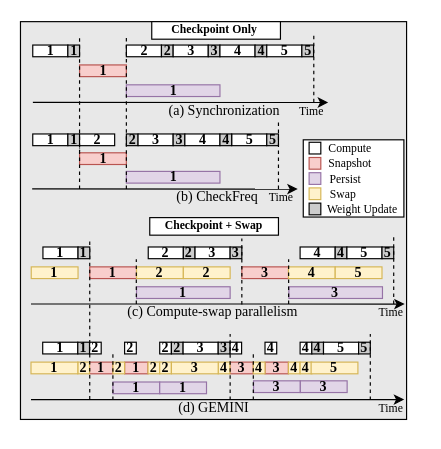
The draw.io diagram fig/pipeline_mot.drawio in icszhr/NCheck, before the edit. Source tidied: cells renumbered, new cells numbered last; positions are measured from the earlier drawing's top-left corner, leaving out a move shared by most shapes. Both pictures are drawn from the tidied source at 117%, with x=0, y=0 at pixel (20, 21).
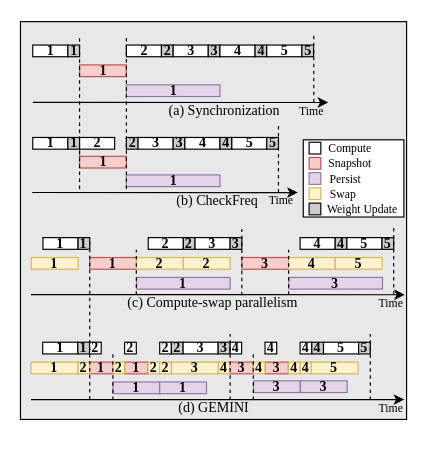
After the change.

Diff of the diagram source:
```diff
@@
-    <mxCell id="3" style="rounded=0;whiteSpace=wrap;html=1;" parent="1" vertex="1">
-      <mxGeometry x="112.2" width="110" height="15" as="geometry" />
-    </mxCell>
-    <mxCell id="4" style="rounded=0;whiteSpace=wrap;html=1;" parent="1" vertex="1">
-      <mxGeometry x="110.5" y="167.5" width="110" height="15" as="geometry" />
-    </mxCell>
@@
     <mxCell id="23" value="(b) CheckFreq" style="text;html=1;align=center;verticalAlign=middle;whiteSpace=wrap;rounded=0;fontFamily=Times New Roman;fontSize=12;fontStyle=0;labelPosition=center;verticalLabelPosition=middle;spacing=0;" parent="1" vertex="1">
-      <mxGeometry x="132.8" y="135.1" width="70.5" height="30" as="geometry" />
+      <mxGeometry x="132.8" y="138.1" width="70.5" height="30" as="geometry" />
     </mxCell>
     <mxCell id="24" value="1" style="whiteSpace=wrap;fontSize=12;fontFamily=Times New Roman;fontStyle=1;labelPosition=center;verticalLabelPosition=middle;align=center;verticalAlign=middle;spacing=0;" parent="1" vertex="1">
-      <mxGeometry x="10.5" y="96" width="30" height="10" as="geometry" />
+      <mxGeometry x="10.5" y="99" width="30" height="10" as="geometry" />
     </mxCell>
     <mxCell id="25" value="1" style="whiteSpace=wrap;fillColor=#e1d5e7;fontSize=12;fontFamily=Times New Roman;fontStyle=1;labelPosition=center;verticalLabelPosition=middle;align=center;verticalAlign=middle;spacing=0;strokeColor=#9673a6;" parent="1" vertex="1">
-      <mxGeometry x="90.5" y="128" width="80" height="10" as="geometry" />
+      <mxGeometry x="90.5" y="131" width="80" height="10" as="geometry" />
     </mxCell>
     <mxCell id="26" value="1" style="whiteSpace=wrap;fillColor=#f8cecc;fontSize=12;fontFamily=Times New Roman;fontStyle=1;labelPosition=center;verticalLabelPosition=middle;align=center;verticalAlign=middle;spacing=0;strokeColor=#b85450;" parent="1" vertex="1">
-      <mxGeometry x="50.5" y="112.1" width="40" height="10" as="geometry" />
+      <mxGeometry x="50.5" y="115.1" width="40" height="10" as="geometry" />
     </mxCell>
@@
     <mxCell id="28" value="1" style="whiteSpace=wrap;fontSize=12;fontFamily=Times New Roman;fontStyle=1;labelPosition=center;verticalLabelPosition=middle;align=center;verticalAlign=middle;spacing=0;fillColor=#CCCCCC;" parent="1" vertex="1">
-      <mxGeometry x="40.5" y="96" width="10" height="10" as="geometry" />
+      <mxGeometry x="40.5" y="99" width="10" height="10" as="geometry" />
     </mxCell>
     <mxCell id="29" value="2" style="whiteSpace=wrap;fontSize=12;fontFamily=Times New Roman;fontStyle=1;labelPosition=center;verticalLabelPosition=middle;align=center;verticalAlign=middle;spacing=0;" parent="1" vertex="1">
-      <mxGeometry x="50.5" y="96" width="30" height="10" as="geometry" />
+      <mxGeometry x="50.5" y="99" width="30" height="10" as="geometry" />
     </mxCell>
     <mxCell id="30" value="2" style="whiteSpace=wrap;fontSize=12;fontFamily=Times New Roman;fontStyle=1;labelPosition=center;verticalLabelPosition=middle;align=center;verticalAlign=middle;spacing=0;fillColor=#CCCCCC;" parent="1" vertex="1">
-      <mxGeometry x="90.5" y="96" width="10" height="10" as="geometry" />
+      <mxGeometry x="90.5" y="99" width="10" height="10" as="geometry" />
     </mxCell>
     <mxCell id="31" value="3" style="whiteSpace=wrap;fontSize=12;fontFamily=Times New Roman;fontStyle=1;labelPosition=center;verticalLabelPosition=middle;align=center;verticalAlign=middle;spacing=0;" parent="1" vertex="1">
-      <mxGeometry x="100.5" y="96" width="30" height="10" as="geometry" />
+      <mxGeometry x="100.5" y="99" width="30" height="10" as="geometry" />
     </mxCell>
     <mxCell id="32" value="3" style="whiteSpace=wrap;fontSize=12;fontFamily=Times New Roman;fontStyle=1;labelPosition=center;verticalLabelPosition=middle;align=center;verticalAlign=middle;spacing=0;fillColor=#CCCCCC;" parent="1" vertex="1">
-      <mxGeometry x="130.5" y="96" width="10" height="10" as="geometry" />
+      <mxGeometry x="130.5" y="99" width="10" height="10" as="geometry" />
     </mxCell>
-    <mxCell id="33" value="&lt;font size=&quot;1&quot; style=&quot;&quot;&gt;&lt;b style=&quot;&quot;&gt;Checkpoint Only&lt;/b&gt;&lt;/font&gt;" style="text;html=1;align=center;verticalAlign=middle;whiteSpace=wrap;rounded=0;fontFamily=Times New Roman;" parent="1" vertex="1">
-      <mxGeometry x="100.5" y="1" width="130" height="10" as="geometry" />
-    </mxCell>
@@
     <mxCell id="36" value="4" style="whiteSpace=wrap;fontSize=12;fontFamily=Times New Roman;fontStyle=1;labelPosition=center;verticalLabelPosition=middle;align=center;verticalAlign=middle;spacing=0;" parent="1" vertex="1">
-      <mxGeometry x="140.5" y="96" width="30" height="10" as="geometry" />
+      <mxGeometry x="140.5" y="99" width="30" height="10" as="geometry" />
     </mxCell>
@@
     <mxCell id="39" value="5" style="whiteSpace=wrap;fontFamily=Times New Roman;fontSize=12;fontStyle=1;labelPosition=center;verticalLabelPosition=middle;align=center;verticalAlign=middle;spacing=0;" parent="1" vertex="1">
-      <mxGeometry x="180.5" y="96" width="30" height="10" as="geometry" />
+      <mxGeometry x="180.5" y="99" width="30" height="10" as="geometry" />
     </mxCell>
     <mxCell id="40" value="5" style="whiteSpace=wrap;fontFamily=Times New Roman;fontSize=12;fontStyle=1;labelPosition=center;verticalLabelPosition=middle;align=center;verticalAlign=middle;spacing=0;fillColor=#CCCCCC;" parent="1" vertex="1">
-      <mxGeometry x="210.5" y="96" width="10" height="10" as="geometry" />
+      <mxGeometry x="210.5" y="99" width="10" height="10" as="geometry" />
     </mxCell>
     <mxCell id="41" value="4" style="whiteSpace=wrap;fontSize=12;fontFamily=Times New Roman;fontStyle=1;labelPosition=center;verticalLabelPosition=middle;align=center;verticalAlign=middle;spacing=0;fillColor=#CCCCCC;" parent="1" vertex="1">
-      <mxGeometry x="170.5" y="96" width="10" height="10" as="geometry" />
+      <mxGeometry x="170.5" y="99" width="10" height="10" as="geometry" />
     </mxCell>
@@
     <mxCell id="44" value="(c) Compute-swap parallelism" style="text;html=1;align=center;verticalAlign=middle;whiteSpace=wrap;rounded=0;fontFamily=Times New Roman;spacing=0;" parent="1" vertex="1">
-      <mxGeometry x="86.7" y="237.6" width="155" height="21.5" as="geometry" />
+      <mxGeometry x="86.7" y="229.6" width="155" height="21.5" as="geometry" />
     </mxCell>
@@
     <mxCell id="48" value="1" style="whiteSpace=wrap;fillColor=#f8cecc;fontSize=12;fontFamily=Times New Roman;fontStyle=1;labelBackgroundColor=none;spacing=0;spacingTop=0;spacingBottom=0;strokeColor=#b85450;" parent="1" vertex="1">
-      <mxGeometry x="59.2" y="209.6" width="40" height="10" as="geometry" />
+      <mxGeometry x="59.2" y="201.6" width="40" height="10" as="geometry" />
     </mxCell>
@@
     <mxCell id="50" value="1" style="whiteSpace=wrap;fillColor=#e1d5e7;fontSize=12;fontFamily=Times New Roman;fontStyle=1;labelBackgroundColor=none;spacing=0;spacingTop=0;spacingBottom=0;strokeColor=#9673a6;" parent="1" vertex="1">
-      <mxGeometry x="99.2" y="226.6" width="80" height="10" as="geometry" />
+      <mxGeometry x="99.2" y="218.6" width="80" height="10" as="geometry" />
     </mxCell>
@@
-    <mxCell id="58" value="&lt;font size=&quot;1&quot; style=&quot;&quot;&gt;&lt;b style=&quot;&quot;&gt;Checkpoint + Swap&lt;/b&gt;&lt;/font&gt;" style="text;html=1;align=center;verticalAlign=middle;whiteSpace=wrap;rounded=0;fontFamily=Times New Roman;" parent="1" vertex="1">
-      <mxGeometry x="114.1" y="169" width="102.8" height="10" as="geometry" />
-    </mxCell>
@@
     <mxCell id="73" value="3" style="whiteSpace=wrap;fillColor=#e1d5e7;fontSize=12;fontFamily=Times New Roman;fontStyle=1;labelBackgroundColor=none;spacing=0;spacingTop=0;spacingBottom=0;strokeColor=#9673a6;" parent="1" vertex="1">
-      <mxGeometry x="229.4" y="226.6" width="80" height="10" as="geometry" />
+      <mxGeometry x="229.4" y="218.6" width="80" height="10" as="geometry" />
     </mxCell>
     <mxCell id="74" value="3" style="whiteSpace=wrap;fillColor=#f8cecc;fontSize=12;fontFamily=Times New Roman;fontStyle=1;labelBackgroundColor=none;spacing=0;spacingTop=0;spacingBottom=0;strokeColor=#b85450;" parent="1" vertex="1">
-      <mxGeometry x="189.2" y="209.6" width="40" height="10" as="geometry" />
+      <mxGeometry x="189.2" y="201.6" width="40" height="10" as="geometry" />
     </mxCell>
@@
     <mxCell id="87" value="1" style="whiteSpace=wrap;fontSize=12;fontFamily=Times New Roman;fontStyle=1;labelPosition=center;verticalLabelPosition=middle;align=center;verticalAlign=middle;spacing=0;" parent="1" vertex="1">
-      <mxGeometry x="19.2" y="192.6" width="30" height="10" as="geometry" />
+      <mxGeometry x="19.2" y="184.6" width="30" height="10" as="geometry" />
     </mxCell>
     <mxCell id="88" value="1" style="whiteSpace=wrap;fontSize=12;fontFamily=Times New Roman;fontStyle=1;labelPosition=center;verticalLabelPosition=middle;align=center;verticalAlign=middle;spacing=0;fillColor=#CCCCCC;" parent="1" vertex="1">
-      <mxGeometry x="49.2" y="192.6" width="10" height="10" as="geometry" />
+      <mxGeometry x="49.2" y="184.6" width="10" height="10" as="geometry" />
     </mxCell>
     <mxCell id="89" value="1" style="whiteSpace=wrap;fillColor=#fff2cc;fontSize=12;fontFamily=Times New Roman;fontStyle=1;spacing=0;strokeColor=#d6b656;" parent="1" vertex="1">
-      <mxGeometry x="9.2" y="209.6" width="40" height="10" as="geometry" />
+      <mxGeometry x="9.2" y="201.6" width="40" height="10" as="geometry" />
     </mxCell>
     <mxCell id="90" value="4" style="whiteSpace=wrap;fontSize=12;fontFamily=Times New Roman;fontStyle=1;labelPosition=center;verticalLabelPosition=middle;align=center;verticalAlign=middle;spacing=0;" parent="1" vertex="1">
-      <mxGeometry x="239" y="192.6" width="30" height="10" as="geometry" />
+      <mxGeometry x="239" y="184.6" width="30" height="10" as="geometry" />
     </mxCell>
     <mxCell id="91" value="4" style="whiteSpace=wrap;fontSize=12;fontFamily=Times New Roman;fontStyle=1;labelPosition=center;verticalLabelPosition=middle;align=center;verticalAlign=middle;spacing=0;fillColor=#CCCCCC;" parent="1" vertex="1">
-      <mxGeometry x="269" y="192.6" width="10" height="10" as="geometry" />
+      <mxGeometry x="269" y="184.6" width="10" height="10" as="geometry" />
     </mxCell>
     <mxCell id="92" value="4" style="whiteSpace=wrap;fillColor=#fff2cc;fontSize=12;fontFamily=Times New Roman;fontStyle=1;spacing=0;strokeColor=#d6b656;" parent="1" vertex="1">
-      <mxGeometry x="229" y="209.6" width="40" height="10" as="geometry" />
+      <mxGeometry x="229" y="201.6" width="40" height="10" as="geometry" />
     </mxCell>
     <mxCell id="93" value="5" style="whiteSpace=wrap;fontSize=12;fontFamily=Times New Roman;fontStyle=1;labelPosition=center;verticalLabelPosition=middle;align=center;verticalAlign=middle;spacing=0;" parent="1" vertex="1">
-      <mxGeometry x="279" y="192.6" width="30" height="10" as="geometry" />
+      <mxGeometry x="279" y="184.6" width="30" height="10" as="geometry" />
     </mxCell>
     <mxCell id="94" value="5" style="whiteSpace=wrap;fontSize=12;fontFamily=Times New Roman;fontStyle=1;labelPosition=center;verticalLabelPosition=middle;align=center;verticalAlign=middle;spacing=0;fillColor=#CCCCCC;" parent="1" vertex="1">
-      <mxGeometry x="309" y="192.6" width="10" height="10" as="geometry" />
+      <mxGeometry x="309" y="184.6" width="10" height="10" as="geometry" />
     </mxCell>
     <mxCell id="95" value="5" style="whiteSpace=wrap;fillColor=#fff2cc;fontSize=12;fontFamily=Times New Roman;fontStyle=1;spacing=0;strokeColor=#d6b656;" parent="1" vertex="1">
-      <mxGeometry x="269" y="209.6" width="40" height="10" as="geometry" />
+      <mxGeometry x="269" y="201.6" width="40" height="10" as="geometry" />
     </mxCell>
     <mxCell id="96" value="2" style="whiteSpace=wrap;fontSize=12;fontFamily=Times New Roman;fontStyle=1;labelPosition=center;verticalLabelPosition=middle;align=center;verticalAlign=middle;spacing=0;" parent="1" vertex="1">
-      <mxGeometry x="109.2" y="192.6" width="30" height="10" as="geometry" />
+      <mxGeometry x="109.2" y="184.6" width="30" height="10" as="geometry" />
     </mxCell>
     <mxCell id="97" value="2" style="whiteSpace=wrap;fontSize=12;fontFamily=Times New Roman;fontStyle=1;labelPosition=center;verticalLabelPosition=middle;align=center;verticalAlign=middle;spacing=0;fillColor=#CCCCCC;" parent="1" vertex="1">
-      <mxGeometry x="139.2" y="192.6" width="10" height="10" as="geometry" />
+      <mxGeometry x="139.2" y="184.6" width="10" height="10" as="geometry" />
     </mxCell>
     <mxCell id="98" value="2" style="whiteSpace=wrap;fillColor=#fff2cc;fontSize=12;fontFamily=Times New Roman;fontStyle=1;spacing=0;strokeColor=#d6b656;" parent="1" vertex="1">
-      <mxGeometry x="99.2" y="209.6" width="40" height="10" as="geometry" />
+      <mxGeometry x="99.2" y="201.6" width="40" height="10" as="geometry" />
     </mxCell>
     <mxCell id="99" value="3" style="whiteSpace=wrap;fontSize=12;fontFamily=Times New Roman;fontStyle=1;labelPosition=center;verticalLabelPosition=middle;align=center;verticalAlign=middle;spacing=0;" parent="1" vertex="1">
-      <mxGeometry x="149.2" y="192.6" width="30" height="10" as="geometry" />
+      <mxGeometry x="149.2" y="184.6" width="30" height="10" as="geometry" />
     </mxCell>
     <mxCell id="100" value="3" style="whiteSpace=wrap;fontSize=12;fontFamily=Times New Roman;fontStyle=1;labelPosition=center;verticalLabelPosition=middle;align=center;verticalAlign=middle;spacing=0;fillColor=#CCCCCC;" parent="1" vertex="1">
-      <mxGeometry x="179.2" y="192.6" width="10" height="10" as="geometry" />
+      <mxGeometry x="179.2" y="184.6" width="10" height="10" as="geometry" />
     </mxCell>
     <mxCell id="101" value="2" style="whiteSpace=wrap;fillColor=#fff2cc;fontSize=12;fontFamily=Times New Roman;fontStyle=1;spacing=0;strokeColor=#d6b656;" parent="1" vertex="1">
-      <mxGeometry x="139.2" y="209.6" width="40" height="10" as="geometry" />
+      <mxGeometry x="139.2" y="201.6" width="40" height="10" as="geometry" />
     </mxCell>
@@
     <mxCell id="104" style="endArrow=classic;html=1;rounded=0;" parent="1" edge="1">
       <mxGeometry relative="1" as="geometry">
-        <mxPoint x="9" y="241.3" as="sourcePoint" />
-        <mxPoint x="328.4" y="241.4" as="targetPoint" />
+        <mxPoint x="9" y="233.3" as="sourcePoint" />
+        <mxPoint x="328.4" y="233.4" as="targetPoint" />
       </mxGeometry>
     </mxCell>
     <mxCell id="105" value="&lt;p style=&quot;line-height: 100%;&quot;&gt;&lt;font style=&quot;font-size: 10px;&quot;&gt;Time&lt;/font&gt;&lt;/p&gt;" style="text;html=1;align=center;verticalAlign=middle;whiteSpace=wrap;rounded=0;fontFamily=Times New Roman;" parent="1" vertex="1">
-      <mxGeometry x="292.2" y="243.3" width="50" height="10" as="geometry" />
+      <mxGeometry x="292.2" y="235.3" width="50" height="10" as="geometry" />
     </mxCell>
     <mxCell id="106" style="endArrow=classic;html=1;rounded=0;" parent="1" edge="1">
       <mxGeometry relative="1" as="geometry">
-        <mxPoint x="10" y="143" as="sourcePoint" />
-        <mxPoint x="237" y="143.1" as="targetPoint" />
+        <mxPoint x="10" y="146" as="sourcePoint" />
+        <mxPoint x="237" y="146.1" as="targetPoint" />
       </mxGeometry>
     </mxCell>
     <mxCell id="107" value="&lt;p style=&quot;line-height: 100%;&quot;&gt;&lt;font style=&quot;font-size: 10px;&quot;&gt;Time&lt;/font&gt;&lt;/p&gt;" style="text;html=1;align=center;verticalAlign=middle;whiteSpace=wrap;rounded=0;fontFamily=Times New Roman;" parent="1" vertex="1">
-      <mxGeometry x="198.4" y="145" width="50" height="10" as="geometry" />
+      <mxGeometry x="198.4" y="147" width="50" height="10" as="geometry" />
     </mxCell>
@@
     <mxCell id="111" style="endArrow=none;html=1;rounded=0;dashed=1;" parent="1" edge="1">
       <mxGeometry relative="1" as="geometry">
-        <mxPoint x="319" y="241.3" as="sourcePoint" />
-        <mxPoint x="319" y="184" as="targetPoint" />
+        <mxPoint x="319" y="233.3" as="sourcePoint" />
+        <mxPoint x="319" y="176" as="targetPoint" />
       </mxGeometry>
     </mxCell>
@@
     <mxCell id="115" style="endArrow=none;html=1;rounded=0;dashed=1;" parent="1" edge="1">
       <mxGeometry relative="1" as="geometry">
-        <mxPoint x="220.5" y="143.1" as="sourcePoint" />
-        <mxPoint x="220.5" y="86" as="targetPoint" />
+        <mxPoint x="220.5" y="146.1" as="sourcePoint" />
+        <mxPoint x="220.5" y="89" as="targetPoint" />
       </mxGeometry>
     </mxCell>
@@
     <mxCell id="117" style="endArrow=none;html=1;rounded=0;dashed=1;" parent="1" edge="1">
       <mxGeometry relative="1" as="geometry">
-        <mxPoint x="99" y="241.4" as="sourcePoint" />
-        <mxPoint x="99" y="203" as="targetPoint" />
+        <mxPoint x="99" y="233.4" as="sourcePoint" />
+        <mxPoint x="99" y="195" as="targetPoint" />
       </mxGeometry>
     </mxCell>
     <mxCell id="118" style="endArrow=none;html=1;rounded=0;dashed=1;" parent="1" edge="1">
       <mxGeometry relative="1" as="geometry">
-        <mxPoint x="229.2" y="241.4" as="sourcePoint" />
-        <mxPoint x="229.2" y="203" as="targetPoint" />
+        <mxPoint x="229.2" y="233.4" as="sourcePoint" />
+        <mxPoint x="229.2" y="195" as="targetPoint" />
       </mxGeometry>
     </mxCell>
     <mxCell id="119" style="endArrow=none;html=1;rounded=0;dashed=1;" parent="1" edge="1">
       <mxGeometry relative="1" as="geometry">
-        <mxPoint x="189.2" y="241.8" as="sourcePoint" />
-        <mxPoint x="189.2" y="185.3" as="targetPoint" />
+        <mxPoint x="189.2" y="233.8" as="sourcePoint" />
+        <mxPoint x="189.2" y="177.3" as="targetPoint" />
       </mxGeometry>
     </mxCell>
```
